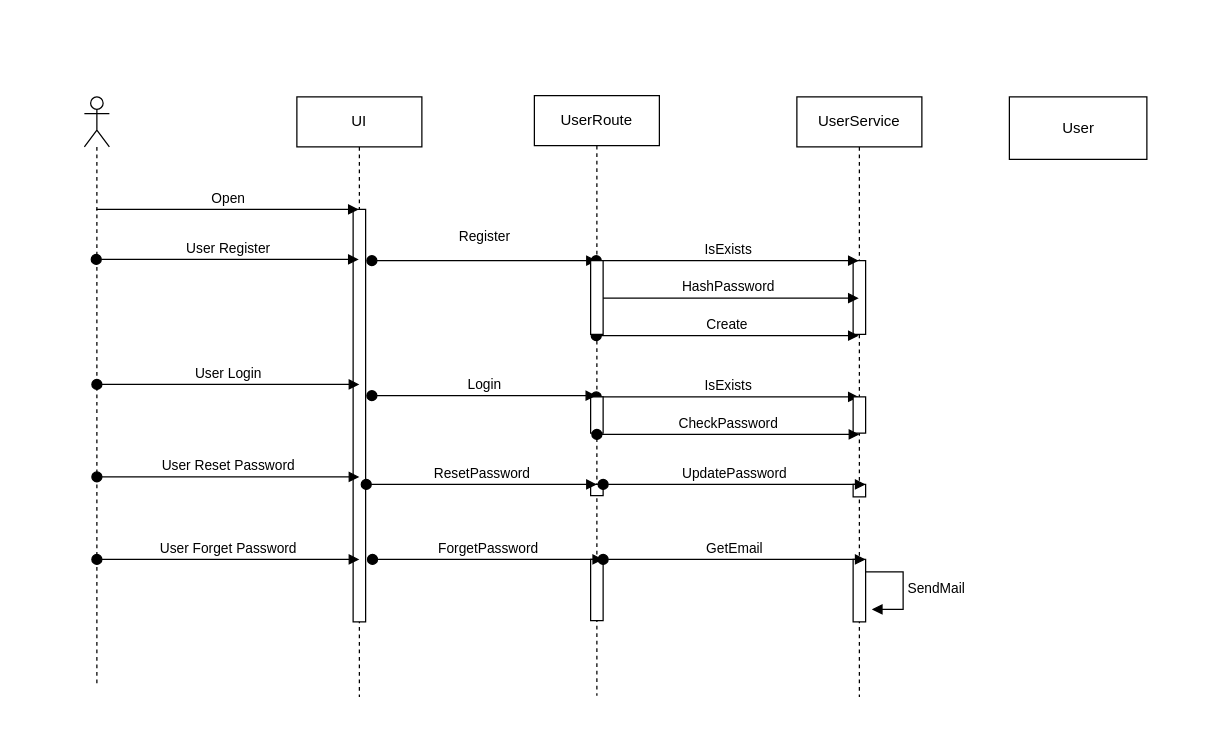
Above: Untitled Diagram.drawio in vongvichai/simple-coffee-shop-pos (draw.io), before the change. Source tidied: cells renumbered, new cells numbered last; positions are measured from the earlier drawing's top-left corner, leaving out a move shared by most shapes. Both pictures are drawn from the tidied source at 125%, with x=0, y=0 at pixel (84, 95).
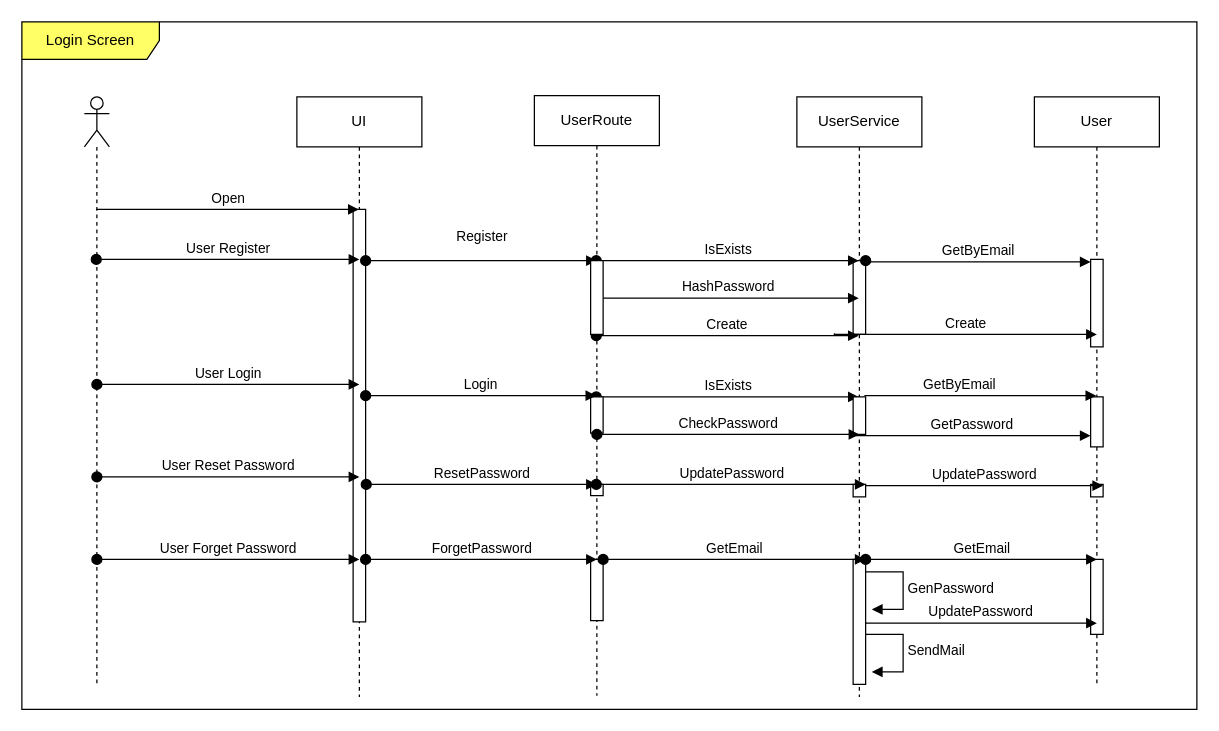
After the change.

The change refers to these unchanged cells:
```xml
<mxCell id="2" value="UI" style="shape=umlLifeline;perimeter=lifelinePerimeter;whiteSpace=wrap;html=1;outlineConnect=0;portConstraint=eastwest;newEdgeStyle={&quot;edgeStyle&quot;:&quot;elbowEdgeStyle&quot;,&quot;elbow&quot;:&quot;vertical&quot;,&quot;curved&quot;:0,&quot;rounded&quot;:0};" parent="1" vertex="1">
  <mxGeometry x="170" y="1" width="100" height="480" as="geometry" />
</mxCell>
<mxCell id="3" style="html=1;points=[];perimeter=orthogonalPerimeter;outlineConnect=0;targetShapes=umlLifeline;portConstraint=eastwest;newEdgeStyle={&quot;edgeStyle&quot;:&quot;elbowEdgeStyle&quot;,&quot;elbow&quot;:&quot;vertical&quot;,&quot;curved&quot;:0,&quot;rounded&quot;:0};" parent="2" vertex="1">
  <mxGeometry x="45" y="90" width="10" height="330" as="geometry" />
</mxCell>
<mxCell id="4" value="UserRoute" style="shape=umlLifeline;perimeter=lifelinePerimeter;whiteSpace=wrap;html=1;outlineConnect=0;portConstraint=eastwest;newEdgeStyle={&quot;edgeStyle&quot;:&quot;elbowEdgeStyle&quot;,&quot;elbow&quot;:&quot;vertical&quot;,&quot;curved&quot;:0,&quot;rounded&quot;:0};" parent="1" vertex="1">
  <mxGeometry x="360" width="100" height="480" as="geometry" />
</mxCell>
<mxCell id="9" value="UserService" style="shape=umlLifeline;perimeter=lifelinePerimeter;whiteSpace=wrap;html=1;newEdgeStyle={&quot;edgeStyle&quot;:&quot;elbowEdgeStyle&quot;,&quot;elbow&quot;:&quot;vertical&quot;,&quot;curved&quot;:0,&quot;rounded&quot;:0};" parent="1" vertex="1">
  <mxGeometry x="570" y="1" width="100" height="480" as="geometry" />
</mxCell>
<mxCell id="13" style="shape=umlLifeline;perimeter=lifelinePerimeter;whiteSpace=wrap;html=1;outlineConnect=0;portConstraint=eastwest;newEdgeStyle={&quot;edgeStyle&quot;:&quot;elbowEdgeStyle&quot;,&quot;elbow&quot;:&quot;vertical&quot;,&quot;curved&quot;:0,&quot;rounded&quot;:0};participant=umlActor;" parent="1" vertex="1">
  <mxGeometry y="1" width="20" height="470" as="geometry" />
</mxCell>
```

Change to the diagram source:
```diff
@@
     <mxCell id="10" style="html=1;points=[];perimeter=orthogonalPerimeter;outlineConnect=0;targetShapes=umlLifeline;portConstraint=eastwest;newEdgeStyle={&quot;edgeStyle&quot;:&quot;elbowEdgeStyle&quot;,&quot;elbow&quot;:&quot;vertical&quot;,&quot;curved&quot;:0,&quot;rounded&quot;:0};" parent="9" vertex="1">
-      <mxGeometry x="45" y="240" width="10" height="29" as="geometry" />
+      <mxGeometry x="45" y="240" width="10" height="30" as="geometry" />
     </mxCell>
@@
     <mxCell id="12" style="html=1;perimeter=orthogonalPerimeter;targetShapes=umlLifeline;newEdgeStyle={&quot;edgeStyle&quot;:&quot;elbowEdgeStyle&quot;,&quot;elbow&quot;:&quot;vertical&quot;,&quot;curved&quot;:0,&quot;rounded&quot;:0};" parent="9" vertex="1">
-      <mxGeometry x="45" y="370" width="10" height="50" as="geometry" />
+      <mxGeometry x="45" y="370" width="10" height="100" as="geometry" />
     </mxCell>
@@
-    <mxCell id="15" value="User Register" style="html=1;verticalAlign=bottom;startArrow=oval;startFill=1;endArrow=block;startSize=8;edgeStyle=elbowEdgeStyle;elbow=vertical;curved=0;rounded=0;" parent="1" edge="1" source="13" target="2">
+    <mxCell id="15" value="User Register" style="html=1;verticalAlign=bottom;startArrow=oval;startFill=1;endArrow=block;startSize=8;edgeStyle=elbowEdgeStyle;elbow=vertical;curved=0;rounded=0;" parent="1" edge="1" source="13">
       <mxGeometry relative="1" as="geometry">
+        <mxPoint x="220" y="131" as="targetPoint" />
         <Array as="points">
           <mxPoint x="150" y="131" />
         </Array>
       </mxGeometry>
     </mxCell>
@@
-    <mxCell id="17" value="IsExists" style="html=1;verticalAlign=bottom;startArrow=oval;startFill=1;endArrow=block;startSize=8;edgeStyle=elbowEdgeStyle;elbow=vertical;curved=0;rounded=0;" parent="1" edge="1">
+    <mxCell id="17" value="IsExists" style="html=1;verticalAlign=bottom;startArrow=oval;startFill=1;endArrow=block;startSize=8;edgeStyle=elbowEdgeStyle;elbow=vertical;curved=0;rounded=0;" parent="1" edge="1" source="4">
       <mxGeometry relative="1" as="geometry">
-        <mxPoint x="409.5" y="132" as="sourcePoint" />
         <mxPoint x="619.5" y="132" as="targetPoint" />
         <Array as="points">
           <mxPoint x="480" y="132" />
           <mxPoint x="540" y="142" />
           <mxPoint x="410" y="134" />
         </Array>
       </mxGeometry>
     </mxCell>
@@
-    <mxCell id="21" value="Register" style="html=1;verticalAlign=bottom;startArrow=oval;startFill=1;endArrow=block;startSize=8;edgeStyle=elbowEdgeStyle;elbow=vertical;curved=0;rounded=0;" parent="1" edge="1">
+    <mxCell id="21" value="Register" style="html=1;verticalAlign=bottom;startArrow=oval;startFill=1;endArrow=block;startSize=8;edgeStyle=elbowEdgeStyle;elbow=vertical;curved=0;rounded=0;" parent="1" edge="1" source="3">
       <mxGeometry y="10" relative="1" as="geometry">
-        <mxPoint x="230" y="132" as="sourcePoint" />
         <mxPoint x="410" y="132" as="targetPoint" />
       </mxGeometry>
     </mxCell>
@@
-    <mxCell id="25" value="Login" style="html=1;verticalAlign=bottom;startArrow=oval;startFill=1;endArrow=block;startSize=8;edgeStyle=elbowEdgeStyle;elbow=vertical;curved=0;rounded=0;" parent="1" edge="1">
+    <mxCell id="25" value="Login" style="html=1;verticalAlign=bottom;startArrow=oval;startFill=1;endArrow=block;startSize=8;edgeStyle=elbowEdgeStyle;elbow=vertical;curved=0;rounded=0;" parent="1" edge="1" source="3">
       <mxGeometry relative="1" as="geometry">
-        <mxPoint x="230" y="240" as="sourcePoint" />
         <mxPoint x="409.5" y="240" as="targetPoint" />
       </mxGeometry>
     </mxCell>
@@
-    <mxCell id="28" value="UpdatePassword" style="html=1;verticalAlign=bottom;startArrow=oval;startFill=1;endArrow=block;startSize=8;edgeStyle=elbowEdgeStyle;elbow=vertical;curved=0;rounded=0;" parent="1" edge="1">
+    <mxCell id="28" value="UpdatePassword" style="html=1;verticalAlign=bottom;startArrow=oval;startFill=1;endArrow=block;startSize=8;edgeStyle=elbowEdgeStyle;elbow=vertical;curved=0;rounded=0;" parent="1" edge="1" source="4">
       <mxGeometry relative="1" as="geometry">
-        <mxPoint x="415" y="311" as="sourcePoint" />
         <mxPoint x="625" y="311" as="targetPoint" />
         <Array as="points">
           <mxPoint x="485.5" y="311" />
           <mxPoint x="545.5" y="321" />
           <mxPoint x="415.5" y="313" />
         </Array>
       </mxGeometry>
     </mxCell>
@@
-    <mxCell id="31" value="ForgetPassword" style="html=1;verticalAlign=bottom;startArrow=oval;startFill=1;endArrow=block;startSize=8;edgeStyle=elbowEdgeStyle;elbow=vertical;curved=0;rounded=0;" parent="1" edge="1">
+    <mxCell id="31" value="ForgetPassword" style="html=1;verticalAlign=bottom;startArrow=oval;startFill=1;endArrow=block;startSize=8;edgeStyle=elbowEdgeStyle;elbow=vertical;curved=0;rounded=0;" parent="1" edge="1" source="3">
       <mxGeometry relative="1" as="geometry">
-        <mxPoint x="230.5" y="371" as="sourcePoint" />
-        <mxPoint x="415" y="371" as="targetPoint" />
+        <mxPoint x="410" y="371" as="targetPoint" />
       </mxGeometry>
     </mxCell>
-    <mxCell id="32" value="SendMail" style="html=1;align=left;spacingLeft=2;endArrow=block;rounded=0;edgeStyle=orthogonalEdgeStyle;curved=0;rounded=0;" parent="1" edge="1">
+    <mxCell id="32" value="GenPassword" style="html=1;align=left;spacingLeft=2;endArrow=block;rounded=0;edgeStyle=orthogonalEdgeStyle;curved=0;rounded=0;" parent="1" edge="1">
       <mxGeometry relative="1" as="geometry">
         <mxPoint x="625" y="381" as="sourcePoint" />
         <mxPoint x="630" y="411" as="targetPoint" />
         <Array as="points">
           <mxPoint x="655" y="411" />
         </Array>
       </mxGeometry>
     </mxCell>
-    <mxCell id="33" value="User" style="html=1;" parent="1" vertex="1">
-      <mxGeometry x="740" y="1" width="110" height="50" as="geometry" />
+    <mxCell id="33" value="User" style="shape=umlLifeline;perimeter=lifelinePerimeter;whiteSpace=wrap;html=1;outlineConnect=0;portConstraint=eastwest;newEdgeStyle={&quot;edgeStyle&quot;:&quot;elbowEdgeStyle&quot;,&quot;elbow&quot;:&quot;vertical&quot;,&quot;curved&quot;:0,&quot;rounded&quot;:0};" parent="1" vertex="1">
+      <mxGeometry x="760" y="1" width="100" height="470" as="geometry" />
     </mxCell>
+    <mxCell id="34" style="html=1;points=[];perimeter=orthogonalPerimeter;outlineConnect=0;targetShapes=umlLifeline;portConstraint=eastwest;newEdgeStyle={&quot;edgeStyle&quot;:&quot;elbowEdgeStyle&quot;,&quot;elbow&quot;:&quot;vertical&quot;,&quot;curved&quot;:0,&quot;rounded&quot;:0};" parent="33" vertex="1">
+      <mxGeometry x="45" y="130" width="10" height="70" as="geometry" />
+    </mxCell>
+    <mxCell id="35" style="html=1;points=[];perimeter=orthogonalPerimeter;outlineConnect=0;targetShapes=umlLifeline;portConstraint=eastwest;newEdgeStyle={&quot;edgeStyle&quot;:&quot;elbowEdgeStyle&quot;,&quot;elbow&quot;:&quot;vertical&quot;,&quot;curved&quot;:0,&quot;rounded&quot;:0};" parent="33" vertex="1">
+      <mxGeometry x="45" y="240" width="10" height="40" as="geometry" />
+    </mxCell>
+    <mxCell id="36" style="html=1;perimeter=orthogonalPerimeter;targetShapes=umlLifeline;newEdgeStyle={&quot;edgeStyle&quot;:&quot;elbowEdgeStyle&quot;,&quot;elbow&quot;:&quot;vertical&quot;,&quot;curved&quot;:0,&quot;rounded&quot;:0};" parent="33" vertex="1">
+      <mxGeometry x="45" y="310" width="10" height="10" as="geometry" />
+    </mxCell>
+    <mxCell id="37" style="html=1;points=[];perimeter=orthogonalPerimeter;outlineConnect=0;targetShapes=umlLifeline;portConstraint=eastwest;newEdgeStyle={&quot;edgeStyle&quot;:&quot;elbowEdgeStyle&quot;,&quot;elbow&quot;:&quot;vertical&quot;,&quot;curved&quot;:0,&quot;rounded&quot;:0};" parent="33" vertex="1">
+      <mxGeometry x="45" y="370" width="10" height="60" as="geometry" />
+    </mxCell>
+    <mxCell id="38" value="Create" style="html=1;verticalAlign=bottom;startArrow=none;startFill=1;endArrow=block;startSize=8;edgeStyle=elbowEdgeStyle;elbow=vertical;curved=0;rounded=0;" parent="1" edge="1">
+      <mxGeometry relative="1" as="geometry">
+        <mxPoint x="600" y="190" as="sourcePoint" />
+        <mxPoint x="810" y="191" as="targetPoint" />
+        <Array as="points">
+          <mxPoint x="755" y="191" />
+        </Array>
+      </mxGeometry>
+    </mxCell>
+    <mxCell id="39" value="GetPassword" style="html=1;verticalAlign=bottom;startArrow=none;startFill=1;endArrow=block;startSize=8;edgeStyle=elbowEdgeStyle;elbow=vertical;curved=0;rounded=0;" parent="1" edge="1" target="35">
+      <mxGeometry relative="1" as="geometry">
+        <mxPoint x="615" y="271" as="sourcePoint" />
+        <Array as="points">
+          <mxPoint x="770" y="272" />
+        </Array>
+      </mxGeometry>
+    </mxCell>
+    <mxCell id="40" value="GetByEmail" style="html=1;verticalAlign=bottom;startArrow=oval;startFill=1;endArrow=block;startSize=8;edgeStyle=elbowEdgeStyle;elbow=vertical;curved=0;rounded=0;" parent="1" edge="1" target="34">
+      <mxGeometry relative="1" as="geometry">
+        <mxPoint x="625" y="132" as="sourcePoint" />
+        <Array as="points">
+          <mxPoint x="810" y="133" />
+          <mxPoint x="755.5" y="142" />
+          <mxPoint x="625.5" y="134" />
+        </Array>
+      </mxGeometry>
+    </mxCell>
+    <mxCell id="41" value="GetByEmail" style="html=1;verticalAlign=bottom;startArrow=none;startFill=1;endArrow=block;startSize=8;edgeStyle=elbowEdgeStyle;elbow=vertical;curved=0;rounded=0;exitX=0.9;exitY=-0.033;exitDx=0;exitDy=0;exitPerimeter=0;" parent="1" edge="1" source="10" target="33">
+      <mxGeometry x="-0.18" relative="1" as="geometry">
+        <Array as="points">
+          <mxPoint x="780" y="240" />
+        </Array>
+      </mxGeometry>
+    </mxCell>
+    <mxCell id="42" value="UpdatePassword" style="html=1;verticalAlign=bottom;startArrow=none;startFill=1;endArrow=block;startSize=8;edgeStyle=elbowEdgeStyle;elbow=vertical;curved=0;rounded=0;" parent="1" edge="1">
+      <mxGeometry relative="1" as="geometry">
+        <mxPoint x="625" y="311" as="sourcePoint" />
+        <mxPoint x="815" y="312" as="targetPoint" />
+        <Array as="points">
+          <mxPoint x="780" y="312" />
+        </Array>
+      </mxGeometry>
+    </mxCell>
+    <mxCell id="43" value="GetEmail" style="html=1;verticalAlign=bottom;startArrow=oval;startFill=1;endArrow=block;startSize=8;edgeStyle=elbowEdgeStyle;elbow=vertical;curved=0;rounded=0;entryX=0.5;entryY=0;entryDx=0;entryDy=0;entryPerimeter=0;" parent="1" edge="1" target="37">
+      <mxGeometry relative="1" as="geometry">
+        <mxPoint x="625" y="371" as="sourcePoint" />
+        <Array as="points">
+          <mxPoint x="695.5" y="371" />
+          <mxPoint x="755.5" y="381" />
+          <mxPoint x="625.5" y="373" />
+        </Array>
+      </mxGeometry>
+    </mxCell>
+    <mxCell id="44" value="SendMail" style="html=1;align=left;spacingLeft=2;endArrow=block;rounded=0;edgeStyle=orthogonalEdgeStyle;curved=0;rounded=0;" parent="1" edge="1">
+      <mxGeometry relative="1" as="geometry">
+        <mxPoint x="625" y="431" as="sourcePoint" />
+        <mxPoint x="630" y="461" as="targetPoint" />
+        <Array as="points">
+          <mxPoint x="655" y="461" />
+        </Array>
+      </mxGeometry>
+    </mxCell>
+    <mxCell id="45" value="UpdatePassword" style="html=1;verticalAlign=bottom;startArrow=none;startFill=1;endArrow=block;startSize=8;edgeStyle=elbowEdgeStyle;elbow=vertical;curved=0;rounded=0;" parent="1" edge="1">
+      <mxGeometry relative="1" as="geometry">
+        <mxPoint x="625" y="421" as="sourcePoint" />
+        <mxPoint x="810" y="422" as="targetPoint" />
+        <Array as="points">
+          <mxPoint x="780" y="422" />
+        </Array>
+      </mxGeometry>
+    </mxCell>
+    <mxCell id="46" value="Login Screen" style="shape=umlFrame;whiteSpace=wrap;html=1;width=110;height=30;fillColor=#FFFF66;" parent="1" vertex="1">
+      <mxGeometry x="-50" y="-59" width="940" height="550" as="geometry" />
+    </mxCell>
```
